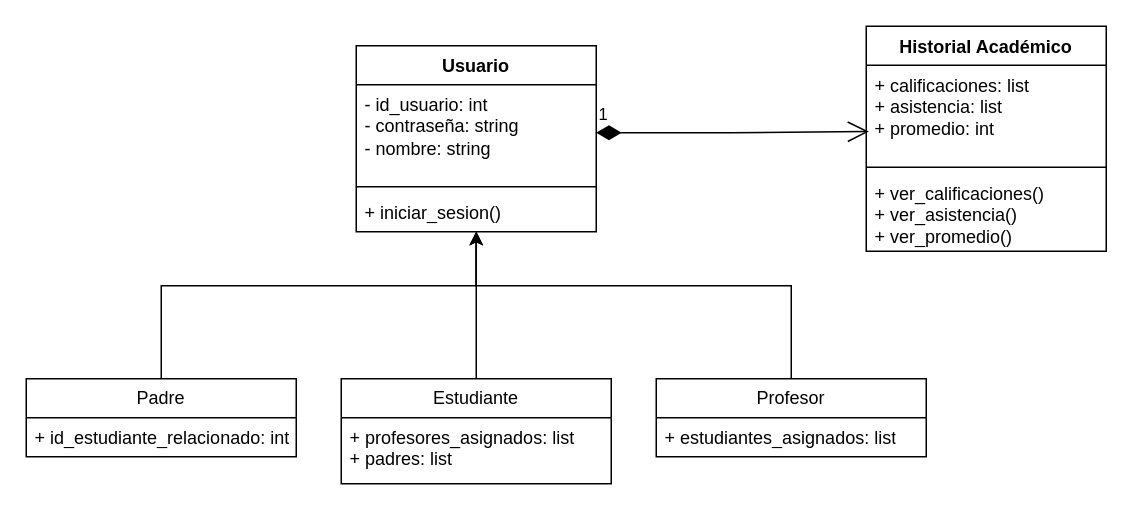
Before: Diagramas LAB UML/Clases.drawio in JOvalleG/Plantastik, a draw.io diagram. Source tidied: cells renumbered, new cells numbered last; positions are measured from the earlier drawing's top-left corner, leaving out a move shared by most shapes. Both pictures are drawn from the tidied source at 150%, with x=0, y=0 at pixel (26, 26).
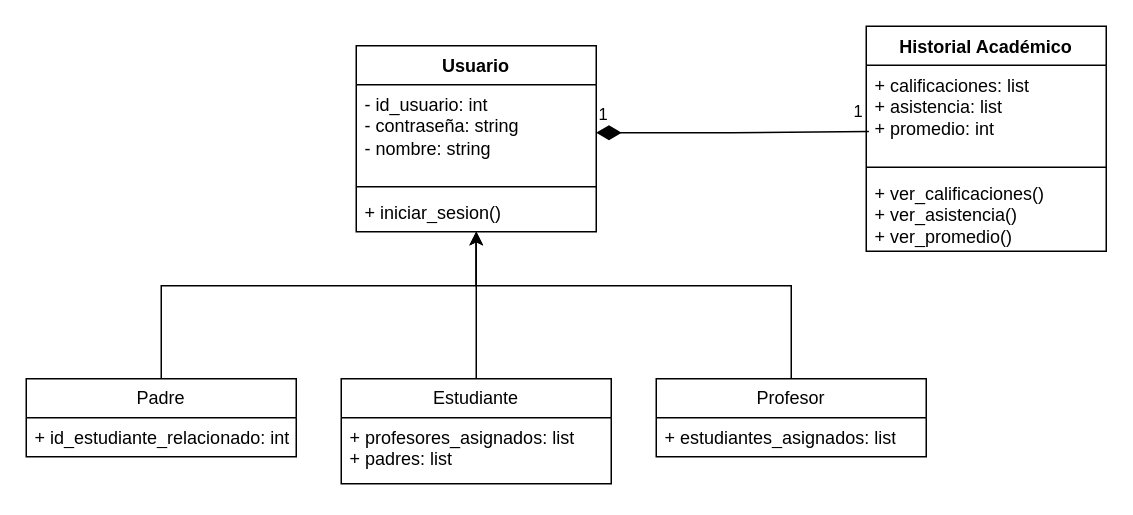
Above is the later version.

Unchanged cells that the change refers to:
```xml
<mxCell id="6" value="- id_usuario: int&lt;br&gt;- contraseña: string&lt;br&gt;- nombre: string" style="text;strokeColor=none;fillColor=none;align=left;verticalAlign=top;spacingLeft=4;spacingRight=4;overflow=hidden;points=[[0,0.5],[1,0.5]];portConstraint=eastwest;whiteSpace=wrap;html=1;" parent="5" vertex="1">
  <mxGeometry y="26" width="160" height="64" as="geometry" />
</mxCell>
<mxCell id="16" value="+ calificaciones: list&lt;br&gt;+ asistencia: list&lt;br&gt;+ promedio: int" style="text;strokeColor=none;fillColor=none;align=left;verticalAlign=top;spacingLeft=4;spacingRight=4;overflow=hidden;points=[[0,0.5],[1,0.5]];portConstraint=eastwest;whiteSpace=wrap;html=1;" parent="15" vertex="1">
  <mxGeometry y="26" width="160" height="64" as="geometry" />
</mxCell>
```

Change to the diagram source:
```diff
@@
-    <mxCell id="19" value="1" style="endArrow=open;html=1;endSize=12;startArrow=diamondThin;startSize=14;startFill=1;edgeStyle=orthogonalEdgeStyle;align=left;verticalAlign=bottom;rounded=0;exitX=1;exitY=0.5;exitDx=0;exitDy=0;entryX=0.011;entryY=0.691;entryDx=0;entryDy=0;entryPerimeter=0;" parent="1" edge="1" source="6" target="16">
+    <mxCell id="19" value="1" style="endArrow=none;html=1;endSize=12;startArrow=diamondThin;startSize=14;startFill=1;edgeStyle=orthogonalEdgeStyle;align=left;verticalAlign=bottom;rounded=0;exitX=1;exitY=0.5;exitDx=0;exitDy=0;entryX=0.011;entryY=0.691;entryDx=0;entryDy=0;entryPerimeter=0;endFill=0;" parent="1" edge="1" source="6" target="16">
       <mxGeometry x="-1" y="3" relative="1" as="geometry" />
     </mxCell>
+    <mxCell id="20" value="&lt;span style=&quot;color: rgb(0, 0, 0); font-family: Helvetica; font-size: 11px; font-style: normal; font-variant-ligatures: normal; font-variant-caps: normal; font-weight: 400; letter-spacing: normal; orphans: 2; text-align: left; text-indent: 0px; text-transform: none; widows: 2; word-spacing: 0px; -webkit-text-stroke-width: 0px; background-color: rgb(255, 255, 255); text-decoration-thickness: initial; text-decoration-style: initial; text-decoration-color: initial; float: none; display: inline !important;&quot;&gt;1&lt;/span&gt;" style="text;whiteSpace=wrap;html=1;" parent="1" vertex="1">
+      <mxGeometry x="550" y="43" width="10" height="20" as="geometry" />
+    </mxCell>
```
